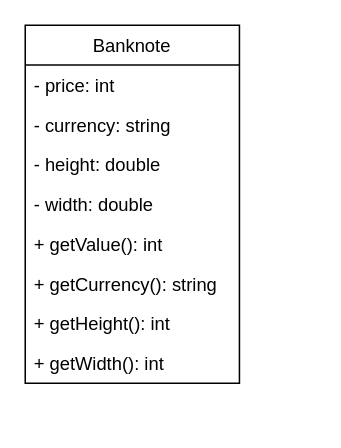
Earlier version of the draw.io diagram folder/Banknote.drawio.xml (bondarenkoigor/UML). Source tidied: cells renumbered, new cells numbered last; positions are measured from the earlier drawing's top-left corner, leaving out a move shared by most shapes. Both pictures are drawn from the tidied source at 153%, with x=0, y=0 at pixel (24, 24).
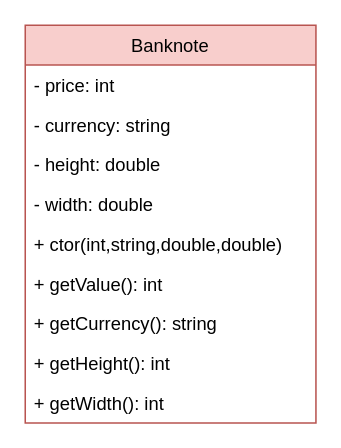
Above is the later version.

The edit, as a diff of the source:
```diff
@@
 <mxGraphModel>
   <root>
     <mxCell id="0" />
     <mxCell id="1" parent="0" />
-    <mxCell id="2" value="Banknote" style="swimlane;fontStyle=0;horizontal=1;startSize=26;fillColor=none;" parent="1" vertex="1">
-      <mxGeometry width="140" height="234" as="geometry" />
+    <mxCell id="2" value="Banknote" style="swimlane;fontStyle=0;horizontal=1;startSize=26;fillColor=#f8cecc;strokeColor=#b85450;" parent="1" vertex="1">
+      <mxGeometry width="190" height="260" as="geometry" />
     </mxCell>
     <mxCell id="3" value="- price: int" style="text;strokeColor=none;fillColor=none;align=left;verticalAlign=top;spacingLeft=4;spacingRight=4;overflow=hidden;" parent="2" vertex="1">
-      <mxGeometry y="26" width="140" height="26" as="geometry" />
+      <mxGeometry y="26" width="190" height="26" as="geometry" />
     </mxCell>
     <mxCell id="4" value="- currency: string" style="text;strokeColor=none;fillColor=none;align=left;verticalAlign=top;spacingLeft=4;spacingRight=4;overflow=hidden;" parent="2" vertex="1">
-      <mxGeometry y="52" width="140" height="26" as="geometry" />
+      <mxGeometry y="52" width="190" height="26" as="geometry" />
     </mxCell>
     <mxCell id="5" value="- height: double" style="text;strokeColor=none;fillColor=none;align=left;verticalAlign=top;spacingLeft=4;spacingRight=4;overflow=hidden;" parent="2" vertex="1">
-      <mxGeometry y="78" width="140" height="26" as="geometry" />
+      <mxGeometry y="78" width="190" height="26" as="geometry" />
     </mxCell>
     <mxCell id="6" value="- width: double" style="text;strokeColor=none;fillColor=none;align=left;verticalAlign=top;spacingLeft=4;spacingRight=4;overflow=hidden;" parent="2" vertex="1">
-      <mxGeometry y="104" width="140" height="26" as="geometry" />
+      <mxGeometry y="104" width="190" height="26" as="geometry" />
     </mxCell>
+    <mxCell id="11" value="+ ctor(int,string,double,double)" style="text;strokeColor=none;fillColor=none;align=left;verticalAlign=top;spacingLeft=4;spacingRight=4;overflow=hidden;" parent="2" vertex="1">
+      <mxGeometry y="130" width="190" height="26" as="geometry" />
+    </mxCell>
     <mxCell id="7" value="+ getValue(): int " style="text;strokeColor=none;fillColor=none;align=left;verticalAlign=top;spacingLeft=4;spacingRight=4;overflow=hidden;" parent="2" vertex="1">
-      <mxGeometry y="130" width="140" height="26" as="geometry" />
+      <mxGeometry y="156" width="190" height="26" as="geometry" />
     </mxCell>
     <mxCell id="8" value="+ getCurrency(): string" style="text;strokeColor=none;fillColor=none;align=left;verticalAlign=top;spacingLeft=4;spacingRight=4;overflow=hidden;" parent="2" vertex="1">
-      <mxGeometry y="156" width="140" height="26" as="geometry" />
+      <mxGeometry y="182" width="190" height="26" as="geometry" />
     </mxCell>
     <mxCell id="9" value="+ getHeight(): int" style="text;strokeColor=none;fillColor=none;align=left;verticalAlign=top;spacingLeft=4;spacingRight=4;overflow=hidden;" parent="2" vertex="1">
-      <mxGeometry y="182" width="140" height="26" as="geometry" />
+      <mxGeometry y="208" width="190" height="26" as="geometry" />
     </mxCell>
     <mxCell id="10" value="+ getWidth(): int" style="text;strokeColor=none;fillColor=none;align=left;verticalAlign=top;spacingLeft=4;spacingRight=4;overflow=hidden;" parent="2" vertex="1">
-      <mxGeometry y="208" width="140" height="26" as="geometry" />
+      <mxGeometry y="234" width="190" height="26" as="geometry" />
     </mxCell>
   </root>
 </mxGraphModel>
```
